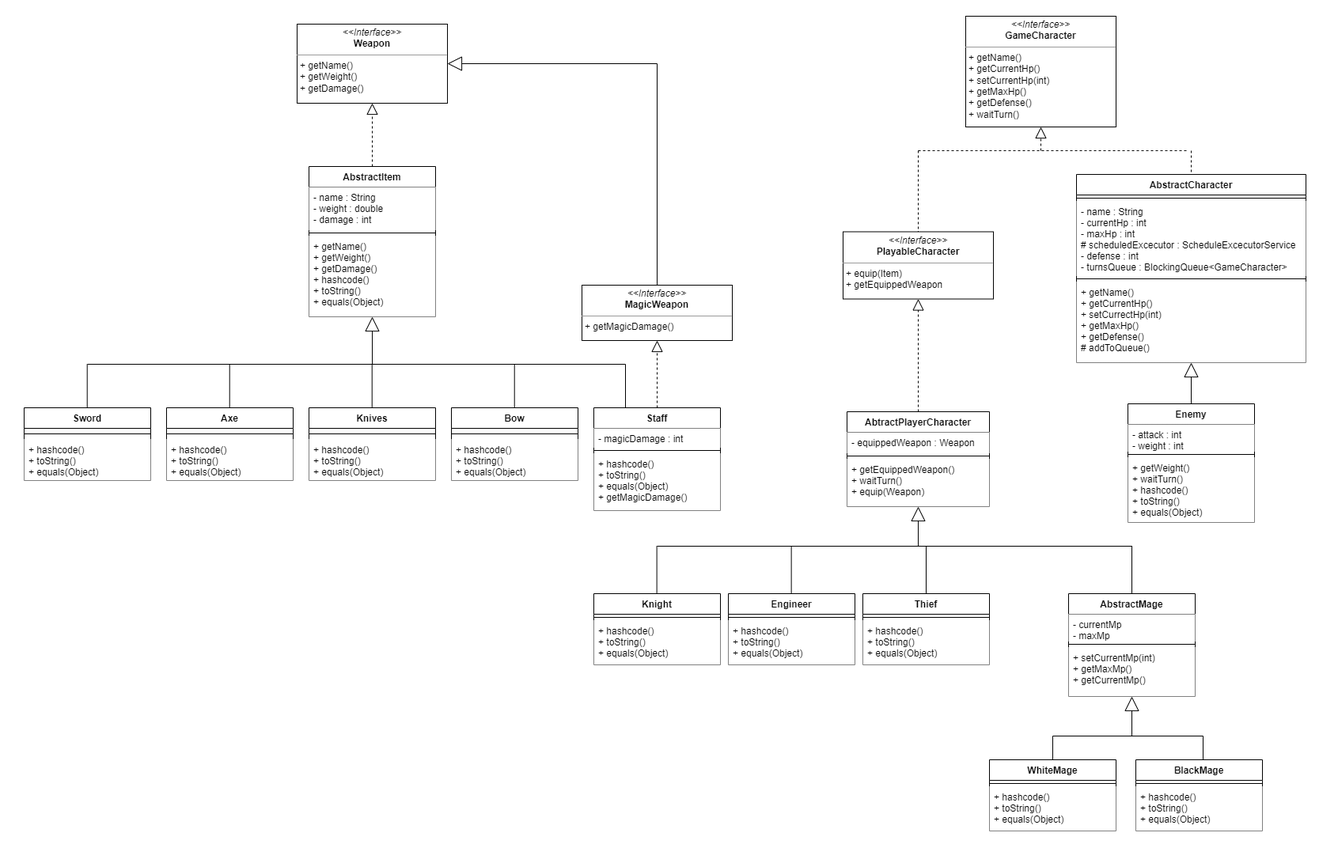
The draw.io diagram img/UML.png in diego-acevedo/final-reality-java, before a commit. Source tidied: cells renumbered, new cells last; positions are measured from the earlier drawing's top-left corner, leaving out a move shared by most shapes.
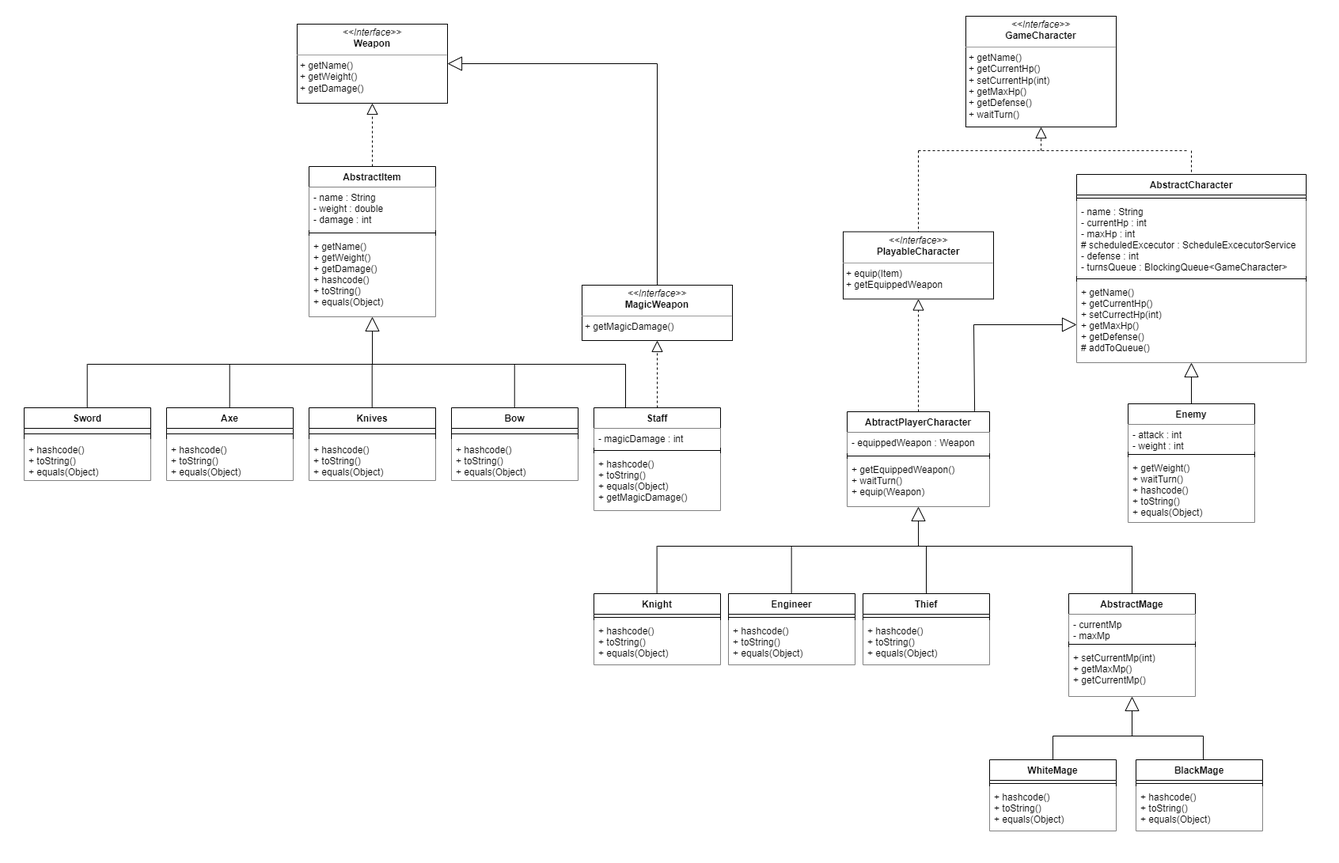
Later version of the same file.

Commit message:
Fix UML diagram image

Change to the diagram source:
```diff
@@ -360,5 +360,16 @@
         <mxPoint x="109.7" y="460" as="targetPoint" />
       </mxGeometry>
     </mxCell>
+    <mxCell id="102" style="endArrow=block;endSize=16;endFill=0;html=1;rounded=0;" parent="1" edge="1">
+      <mxGeometry relative="1" as="geometry">
+        <mxPoint x="1230" y="410" as="sourcePoint" />
+        <mxPoint x="1360" y="410" as="targetPoint" />
+      </mxGeometry>
+    </mxCell>
+    <mxCell id="103" style="endArrow=none;html=1;rounded=0;exitX=0.895;exitY=-0.006;exitDx=0;exitDy=0;exitPerimeter=0;" parent="1" edge="1" source="66">
+      <mxGeometry relative="1" as="geometry">
+        <mxPoint x="1230" y="410" as="targetPoint" />
+      </mxGeometry>
+    </mxCell>
   </root>
 </mxGraphModel>
```
